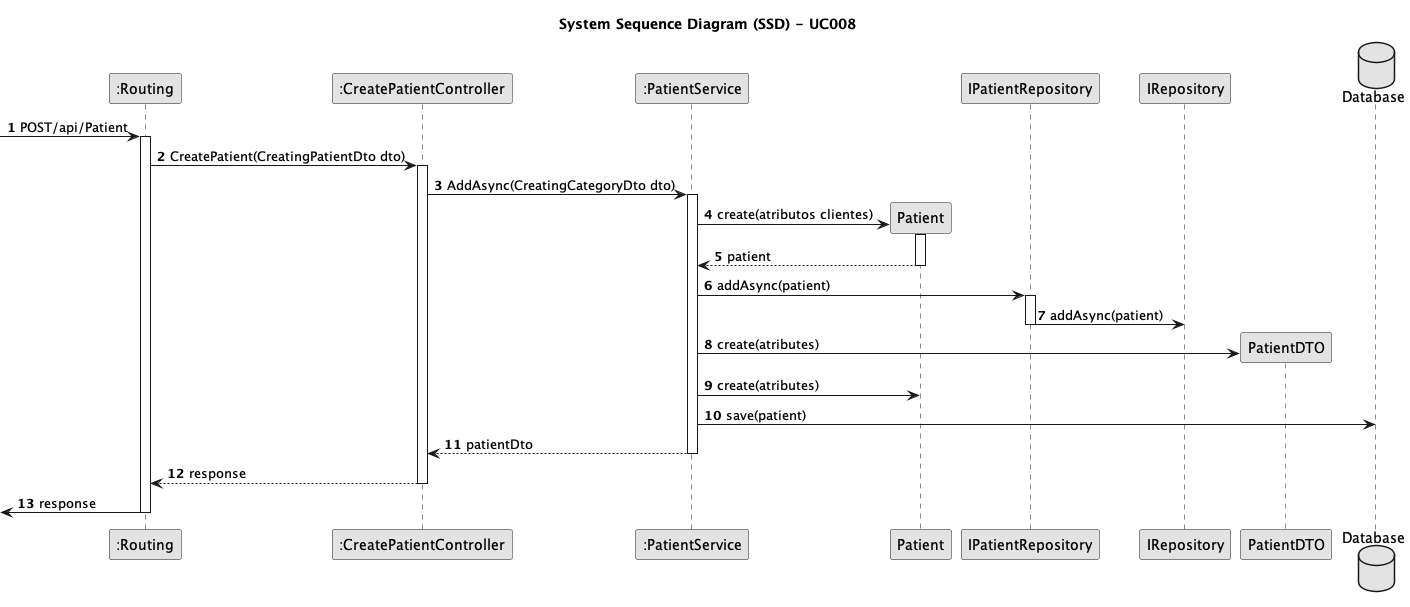
1221124/sem5pi-24-25-g031 keeps this PlantUML diagram as docs/SprintA/UseCases/UC008/03.design/png/uc008-sequence-diagram.png. Above is the earlier version. The source it was exported from:
```plantuml
@startuml
skinparam monochrome true
skinparam packageStyle rectangle
skinparam shadowing false
autonumber

title System Sequence Diagram (SSD) - UC008

participant ":Routing" as Routing
participant ":CreatePatientController" as Controller
participant ":PatientService" as Service
participant "Patient" as Patient
participant "IPatientRepository" as IPatientRepositry
participant "IRepository" as IRepository
participant "PatientDTO" as PatientDTO
database "Database" as Database

->  Routing: POST/api/Patient
activate Routing

    Routing -> Controller: CreatePatient(CreatingPatientDto dto)
    activate Controller

        Controller -> Service: AddAsync(CreatingCategoryDto dto)
        activate Service

            Service -> Patient**: create(atributos clientes)
            activate Patient

                Patient --> Service: patient
            deactivate Patient

            Service -> IPatientRepositry: addAsync(patient)
            activate IPatientRepositry

                IPatientRepositry -> IRepository: addAsync(patient)
            deactivate IPatientRepositry

            Service -> PatientDTO**: create(atributes)

            Service -> Patient: create(atributes)

            Service -> Database: save(patient)

            Service --> Controller: patientDto
        deactivate Service

        Controller --> Routing: response
    deactivate Controller

    <- Routing: response
deactivate Routing


@enduml
```
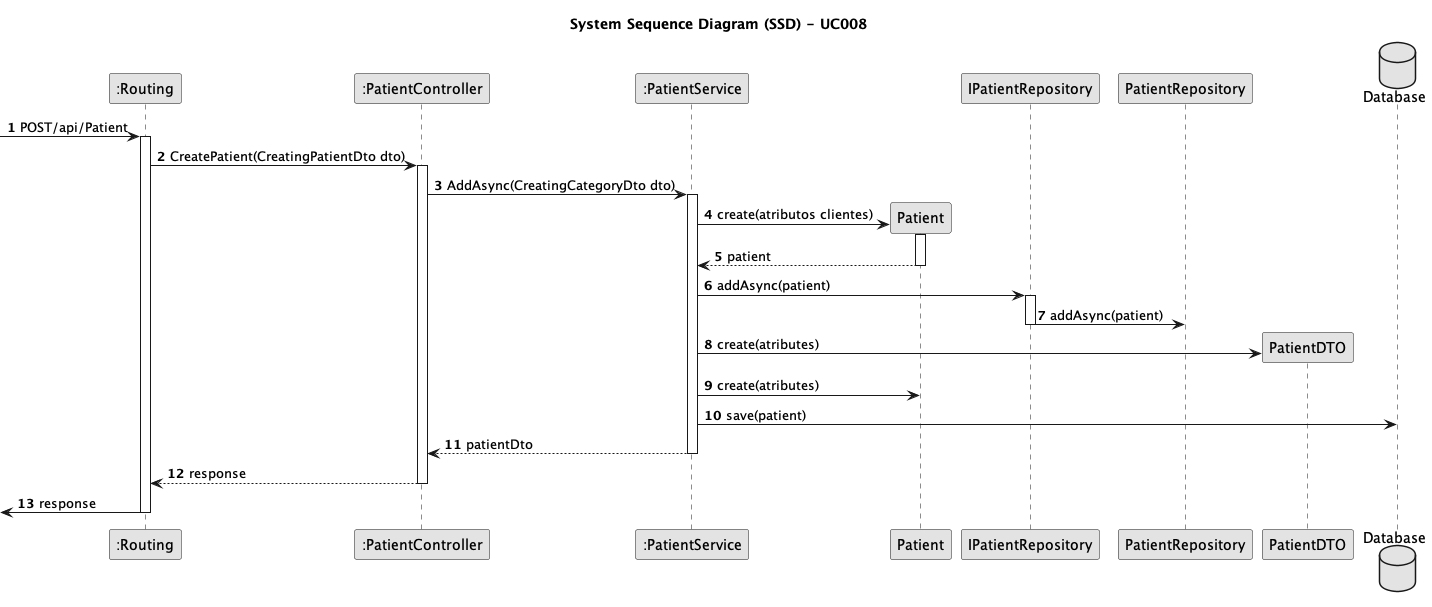
The same diagram one commit later.

Commit message:
#10 System Diagram UC008

Changes to System diagram UC008 and respective png file

The edit, as a diff of the source:
```diff
@@ -7,11 +7,11 @@
 title System Sequence Diagram (SSD) - UC008
 
 participant ":Routing" as Routing
-participant ":CreatePatientController" as Controller
+participant ":PatientController" as Controller
 participant ":PatientService" as Service
 participant "Patient" as Patient
 participant "IPatientRepository" as IPatientRepositry
-participant "IRepository" as IRepository
+participant "PatientRepository" as PatientRepository
 participant "PatientDTO" as PatientDTO
 database "Database" as Database
 
@@ -33,7 +33,7 @@
             Service -> IPatientRepositry: addAsync(patient)
             activate IPatientRepositry
 
-                IPatientRepositry -> IRepository: addAsync(patient)
+                IPatientRepositry -> PatientRepository: addAsync(patient)
             deactivate IPatientRepositry
 
             Service -> PatientDTO**: create(atributes)
```
